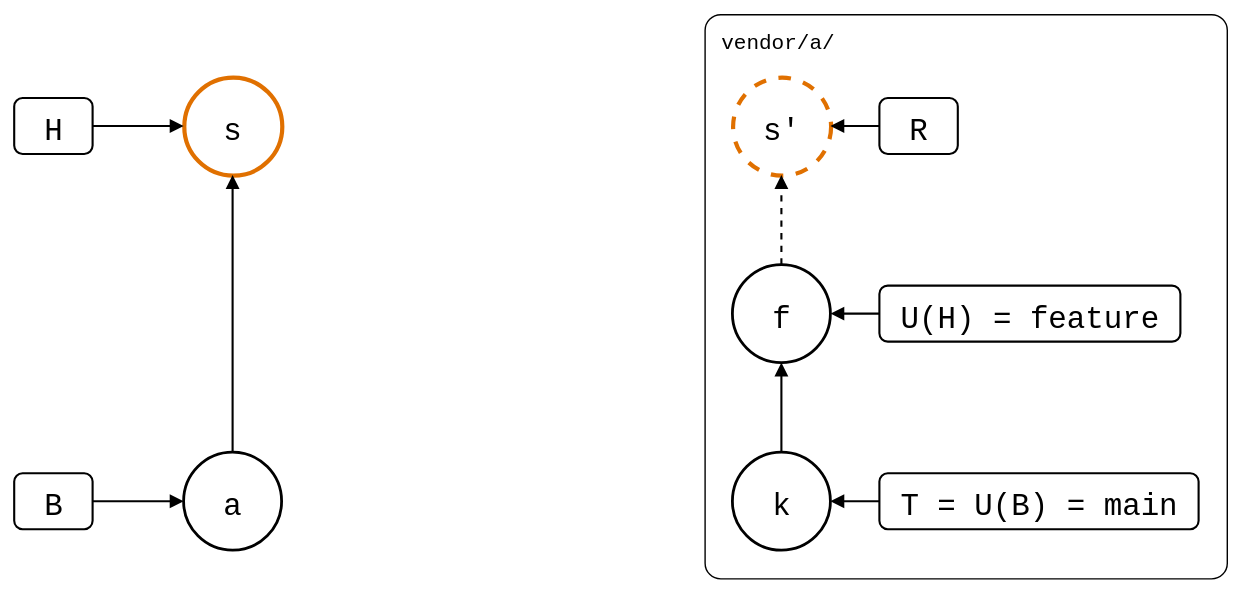
Earlier version of the draw.io export test/scenarios/03-branches-and-teamwork/03-squash-merged-pull/01-local-edit-in-the-squash/local-edit-in-the-squash.drawio.svg (roschaefer/git-splice). Source tidied: cells renumbered, new cells last; positions are measured from the earlier drawing's top-left corner, leaving out a move shared by most shapes.
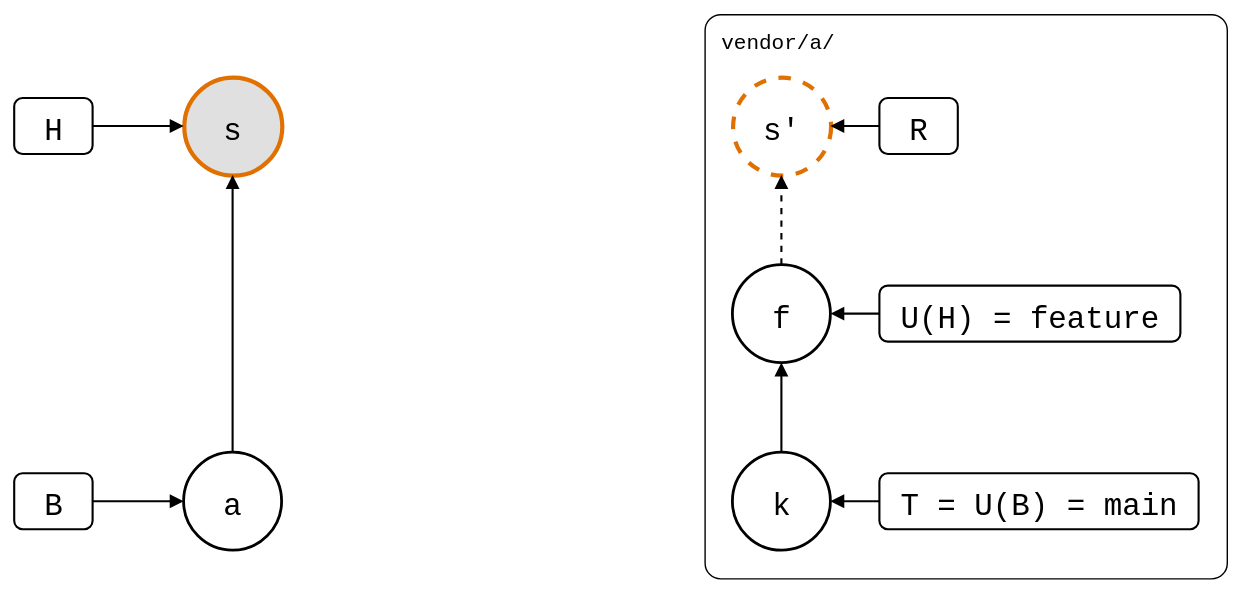
The same file after the commit.

The edit, as a diff of the source:
```diff
@@ -8,7 +8,7 @@
     <mxCell id="3" value="a" style="ellipse;strokeWidth=2;fontSize=22;fontFamily=Roboto Mono,monospace;" parent="1" vertex="1">
       <mxGeometry x="121" y="313" width="70" height="70" as="geometry" />
     </mxCell>
-    <mxCell id="4" value="s" style="ellipse;fontSize=22;fontFamily=Roboto Mono,monospace;strokeColor=#E07000;strokeWidth=3;" parent="1" vertex="1">
+    <mxCell id="4" value="s" style="ellipse;fontSize=22;fontFamily=Roboto Mono,monospace;fillColor=#E0E0E0;strokeColor=#E07000;strokeWidth=3;" parent="1" vertex="1">
       <mxGeometry x="121" y="45" width="70" height="70" as="geometry" />
     </mxCell>
     <mxCell id="5" value="k" style="ellipse;strokeWidth=2;fontSize=22;fontFamily=Roboto Mono,monospace;" parent="1" vertex="1">
```
